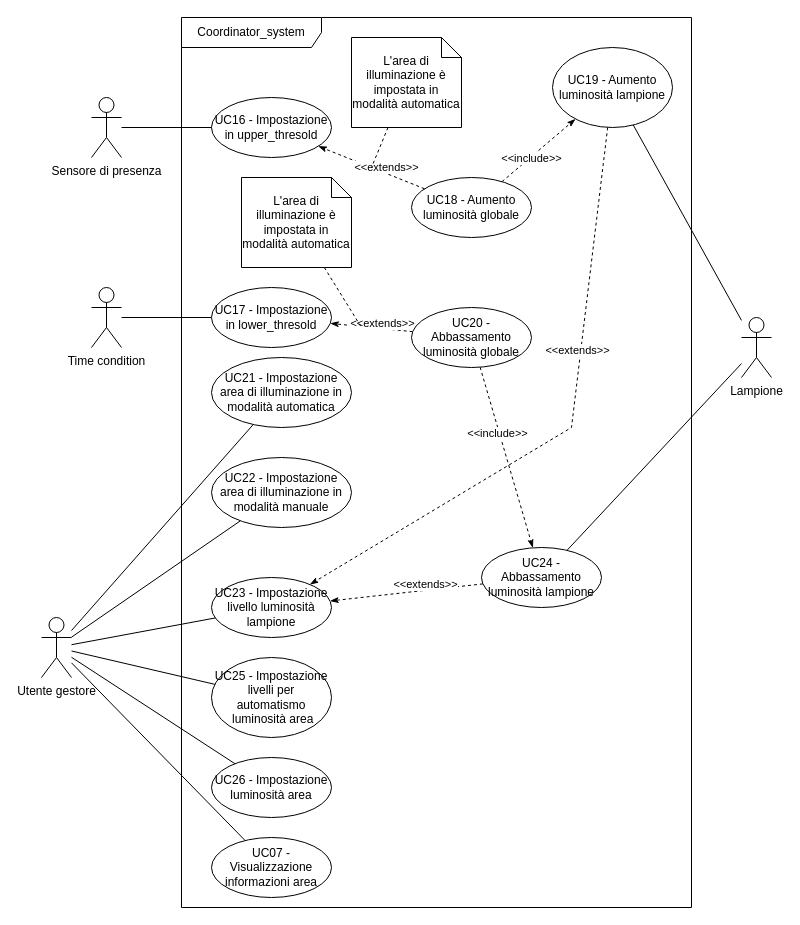
This is page "Coordinator_service" (3 of 3) of casi_uso_grafici.drawio from SWEasabi/analisi-dei-requisiti, a draw.io file, before an edit. Source tidied: cells renumbered, new cells numbered last; positions are measured from the earlier drawing's top-left corner, leaving out a move shared by most shapes. Both pictures are drawn from the tidied source at 100%, with x=0, y=0 at pixel (41, 17).
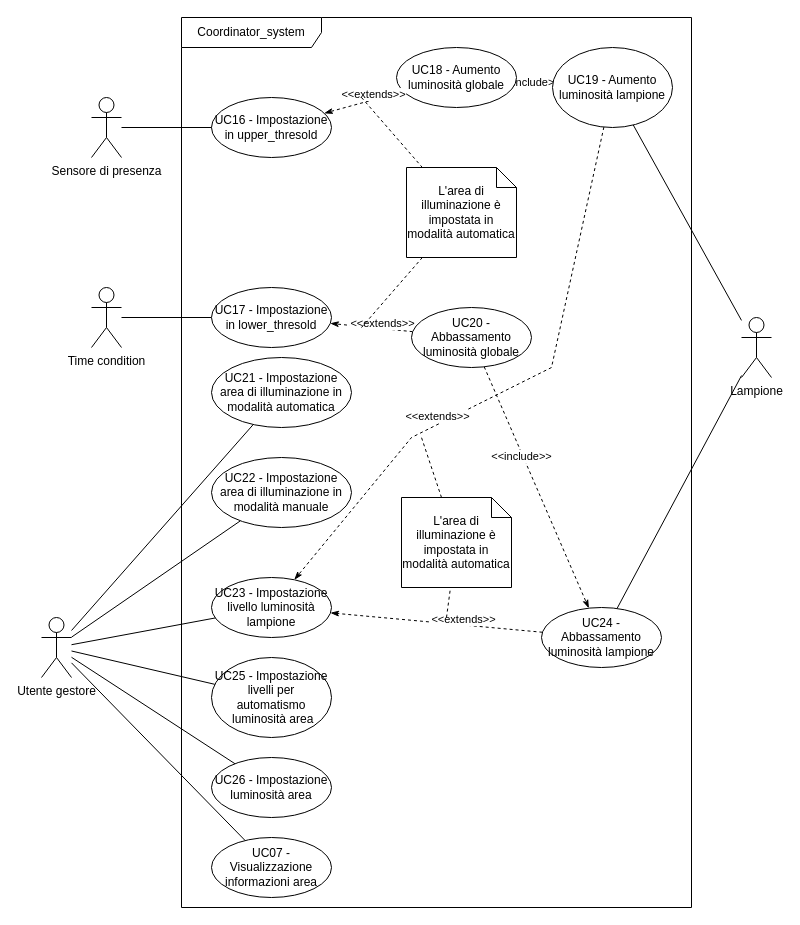
The same page after the edit.

Unchanged cells that the change refers to:
```xml
<mxCell id="7" value="UC19 - Aumento luminosità lampione" style="ellipse;whiteSpace=wrap;html=1;" parent="1" vertex="1">
  <mxGeometry x="511" y="30" width="120" height="80" as="geometry" />
</mxCell>
<mxCell id="8" value="UC23 - Impostazione livello luminosità lampione" style="ellipse;whiteSpace=wrap;html=1;" parent="1" vertex="1">
  <mxGeometry x="170" y="560" width="120" height="60" as="geometry" />
</mxCell>
```

Change to the diagram source:
```diff
@@
     <mxCell id="10" value="UC18 - Aumento luminosità globale" style="ellipse;whiteSpace=wrap;html=1;gradientColor=none;" parent="1" vertex="1">
-      <mxGeometry x="370" y="160" width="120" height="60" as="geometry" />
+      <mxGeometry x="355" y="30" width="120" height="60" as="geometry" />
     </mxCell>
@@
     <mxCell id="15" value="UC24 - Abbassamento luminosità lampione" style="ellipse;whiteSpace=wrap;html=1;" parent="1" vertex="1">
-      <mxGeometry x="440" y="530" width="120" height="60" as="geometry" />
+      <mxGeometry x="500" y="590" width="120" height="60" as="geometry" />
     </mxCell>
@@
-    <mxCell id="24" style="edgeStyle=none;rounded=0;jumpStyle=none;jumpSize=15;jettySize=auto;html=1;endArrow=none;endFill=0;dashed=1;" parent="1" edge="1" source="25">
-      <mxGeometry relative="1" as="geometry">
-        <mxPoint x="330" y="150" as="targetPoint" />
-      </mxGeometry>
-    </mxCell>
-    <mxCell id="25" value="L'area di illuminazione è impostata in modalità automatica" style="shape=note;size=20;whiteSpace=wrap;html=1;" parent="1" vertex="1">
-      <mxGeometry x="310" y="20" width="110" height="90" as="geometry" />
-    </mxCell>
@@
     <mxCell id="30" value="L'area di illuminazione è impostata in modalità automatica" style="shape=note;size=20;whiteSpace=wrap;html=1;" parent="1" vertex="1">
-      <mxGeometry x="200" y="160" width="110" height="90" as="geometry" />
+      <mxGeometry x="365" y="150" width="110" height="90" as="geometry" />
     </mxCell>
@@
     <mxCell id="33" style="edgeStyle=none;rounded=0;sketch=0;jettySize=auto;html=1;shadow=0;dashed=1;startArrow=none;startFill=0;endArrow=classicThin;endFill=1;startSize=6;endSize=6;sourcePerimeterSpacing=0;targetPerimeterSpacing=0;" parent="1" edge="1" source="7" target="8">
       <mxGeometry relative="1" as="geometry">
         <Array as="points">
-          <mxPoint x="530" y="410" />
+          <mxPoint x="510" y="350" />
+          <mxPoint x="370" y="420" />
         </Array>
       </mxGeometry>
     </mxCell>
     <mxCell id="34" value="&amp;lt;&amp;lt;extends&amp;gt;&amp;gt;" style="edgeLabel;html=1;align=center;verticalAlign=middle;" parent="33" vertex="1">
       <mxGeometry x="-0.25" y="-3" relative="1" as="geometry">
-        <mxPoint y="-3" as="offset" />
+        <mxPoint x="-117" y="75" as="offset" />
       </mxGeometry>
     </mxCell>
@@
+    <mxCell id="45" style="edgeStyle=none;rounded=0;jumpStyle=none;jumpSize=15;jettySize=auto;html=1;endArrow=none;endFill=0;dashed=1;" parent="1" edge="1" source="25">
+      <mxGeometry relative="1" as="geometry">
+        <mxPoint x="380" y="420" as="targetPoint" />
+      </mxGeometry>
+    </mxCell>
+    <mxCell id="25" value="L'area di illuminazione è impostata in modalità automatica" style="shape=note;size=20;whiteSpace=wrap;html=1;" parent="1" vertex="1">
+      <mxGeometry x="360" y="480" width="110" height="90" as="geometry" />
+    </mxCell>
+    <mxCell id="46" style="edgeStyle=none;rounded=0;jumpStyle=none;jumpSize=15;jettySize=auto;html=1;endArrow=none;endFill=0;dashed=1;" parent="1" edge="1" target="25">
+      <mxGeometry relative="1" as="geometry">
+        <mxPoint x="405" y="600" as="sourcePoint" />
+      </mxGeometry>
+    </mxCell>
+    <mxCell id="47" style="edgeStyle=none;rounded=0;jumpStyle=none;jumpSize=15;jettySize=auto;html=1;endArrow=none;endFill=0;dashed=1;" parent="1" edge="1" target="30">
+      <mxGeometry relative="1" as="geometry">
+        <mxPoint x="320" y="80" as="sourcePoint" />
+      </mxGeometry>
+    </mxCell>
```
